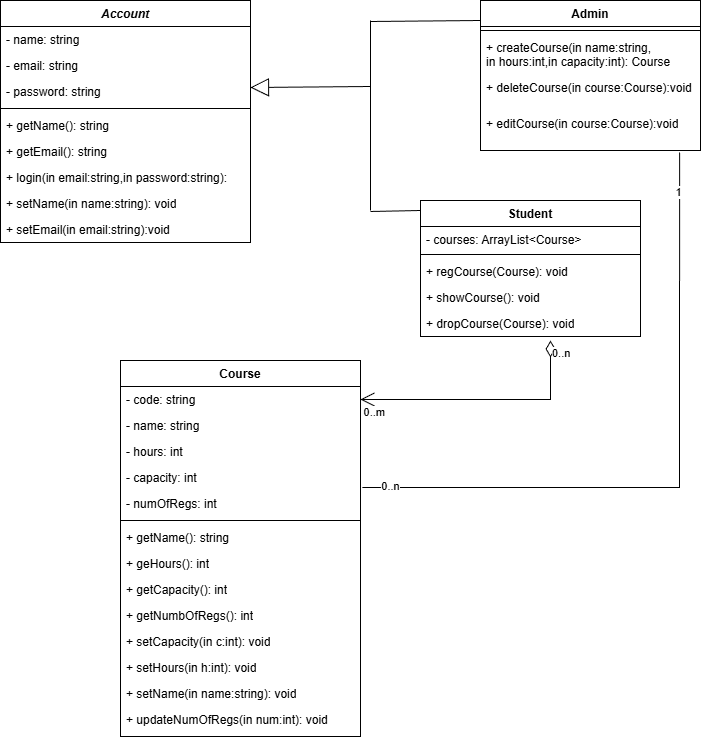
This is class diagram/ClassDiagram.png from mahmoud-hassan1/SWE_Project, a draw.io export, as it was before one commit. Source tidied: cells renumbered, new cells last; positions are measured from the earlier drawing's top-left corner, leaving out a move shared by most shapes.
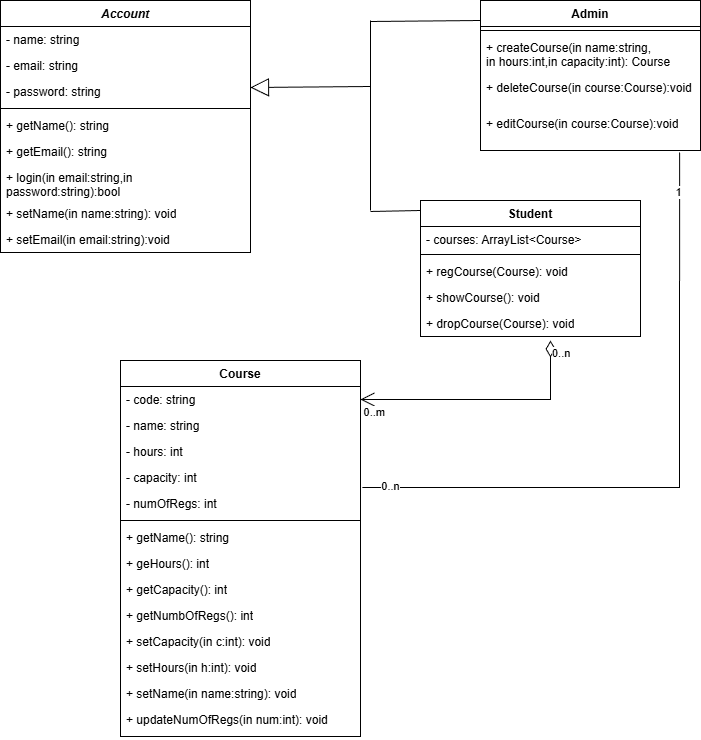
After the commit.

What changed in the source:
```diff
@@ -3,7 +3,7 @@
     <mxCell id="0" />
     <mxCell id="1" parent="0" />
     <mxCell id="2" value="&lt;i&gt;Account&lt;/i&gt;" style="swimlane;fontStyle=1;align=center;verticalAlign=top;horizontal=1;startSize=26;whiteSpace=wrap;html=1;" parent="1" vertex="1">
-      <mxGeometry width="250" height="242" as="geometry" />
+      <mxGeometry width="250" height="252" as="geometry" />
     </mxCell>
     <mxCell id="3" value="- name: string" style="text;strokeColor=none;fillColor=none;align=left;verticalAlign=top;spacingLeft=4;spacingRight=4;overflow=hidden;whiteSpace=wrap;html=1;" parent="2" vertex="1">
       <mxGeometry y="26" width="250" height="26" as="geometry" />
@@ -23,14 +23,14 @@
     <mxCell id="8" value="+ getEmail(): string" style="text;strokeColor=none;fillColor=none;align=left;verticalAlign=top;spacingLeft=4;spacingRight=4;overflow=hidden;whiteSpace=wrap;html=1;" parent="2" vertex="1">
       <mxGeometry y="138" width="250" height="26" as="geometry" />
     </mxCell>
-    <mxCell id="9" value="+ login(in email:string,in password:string):" style="text;strokeColor=none;fillColor=none;align=left;verticalAlign=top;spacingLeft=4;spacingRight=4;overflow=hidden;whiteSpace=wrap;html=1;" parent="2" vertex="1">
-      <mxGeometry y="164" width="250" height="26" as="geometry" />
+    <mxCell id="9" value="+ login(in email:string,in password:string):bool" style="text;strokeColor=none;fillColor=none;align=left;verticalAlign=top;spacingLeft=4;spacingRight=4;overflow=hidden;whiteSpace=wrap;html=1;" parent="2" vertex="1">
+      <mxGeometry y="164" width="250" height="36" as="geometry" />
     </mxCell>
     <mxCell id="10" value="+ setName(in name:string): void" style="text;strokeColor=none;fillColor=none;align=left;verticalAlign=top;spacingLeft=4;spacingRight=4;overflow=hidden;whiteSpace=wrap;html=1;" parent="2" vertex="1">
-      <mxGeometry y="190" width="250" height="26" as="geometry" />
+      <mxGeometry y="200" width="250" height="26" as="geometry" />
     </mxCell>
     <mxCell id="11" value="+ setEmail(in email:string):void" style="text;strokeColor=none;fillColor=none;align=left;verticalAlign=top;spacingLeft=4;spacingRight=4;overflow=hidden;whiteSpace=wrap;html=1;" parent="2" vertex="1">
-      <mxGeometry y="216" width="250" height="26" as="geometry" />
+      <mxGeometry y="226" width="250" height="26" as="geometry" />
     </mxCell>
     <mxCell id="12" value="Admin" style="swimlane;fontStyle=1;align=center;verticalAlign=top;horizontal=1;startSize=26;whiteSpace=wrap;html=1;" parent="1" vertex="1">
       <mxGeometry x="480" width="220" height="150" as="geometry" />
```
